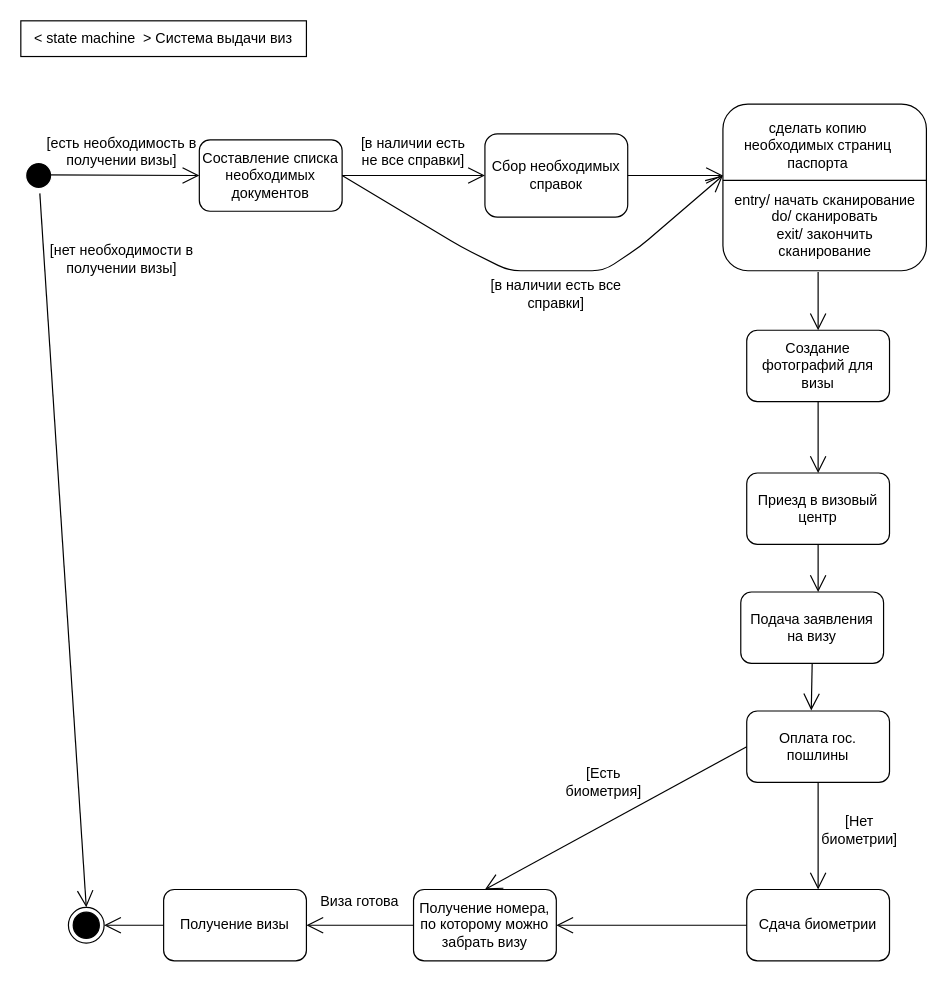
Earlier version of the draw.io diagram LR3/Untitled Diagram.drawio (f0rsunka/UML). Source tidied: cells renumbered, new cells numbered last; positions are measured from the earlier drawing's top-left corner, leaving out a move shared by most shapes. Both pictures are drawn from the tidied source at 119%, with x=0, y=0 at pixel (20, 20).
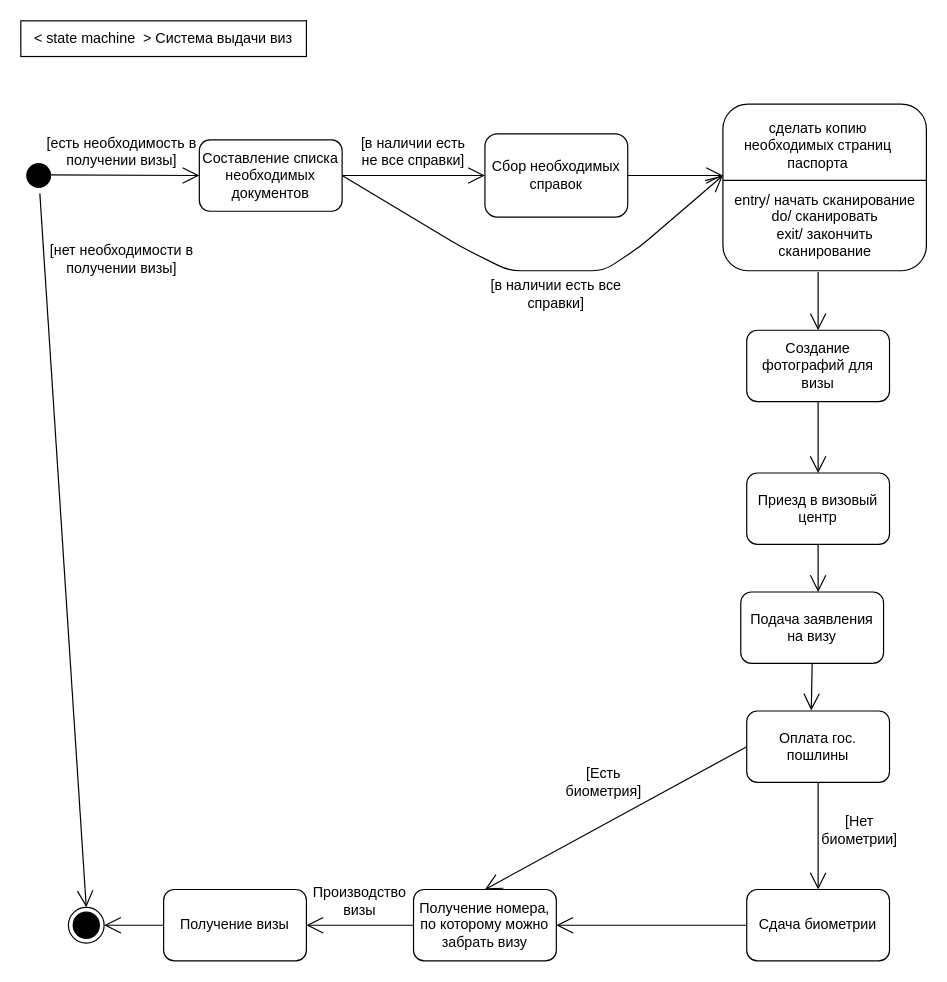
The same diagram, later.

The edit, as a diff of the source:
```diff
@@
-    <mxCell id="37" value="Виза готова" style="text;html=1;strokeColor=none;fillColor=none;align=center;verticalAlign=middle;whiteSpace=wrap;rounded=0;" parent="1" vertex="1">
+    <mxCell id="37" value="Производство визы" style="text;html=1;strokeColor=none;fillColor=none;align=center;verticalAlign=middle;whiteSpace=wrap;rounded=0;" parent="1" vertex="1">
       <mxGeometry x="230" y="730" width="110" height="20" as="geometry" />
     </mxCell>
```
